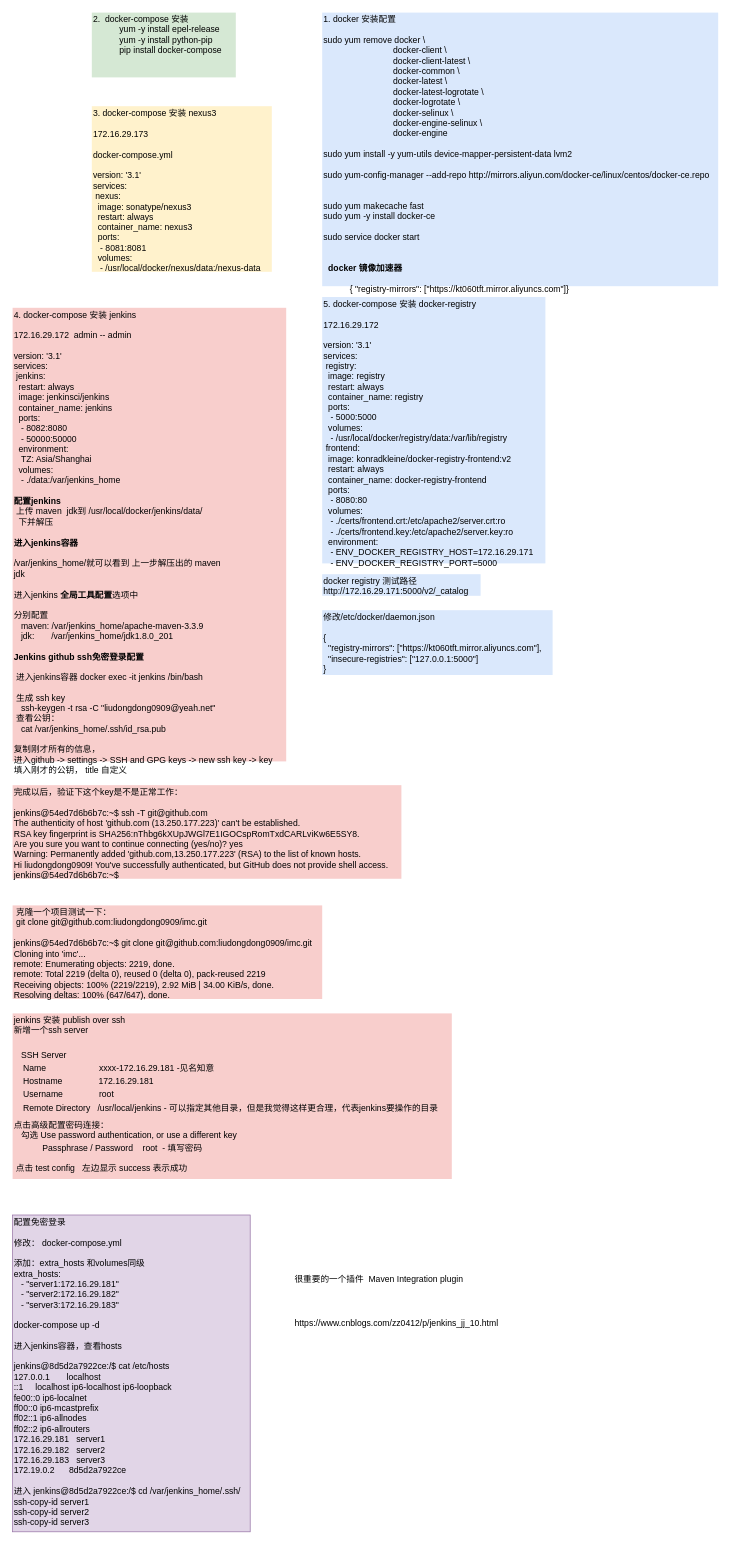
The draw.io diagram page "2" (2 of 3) of CI/CI/CDdrawio.drawio in liudongdong0909/draw, before the edit. Source tidied: cells renumbered, new cells numbered last; positions are measured from the earlier drawing's top-left corner, leaving out a move shared by most shapes. Both pictures are drawn from the tidied source at 72%, with x=0, y=0 at pixel (12, 12).
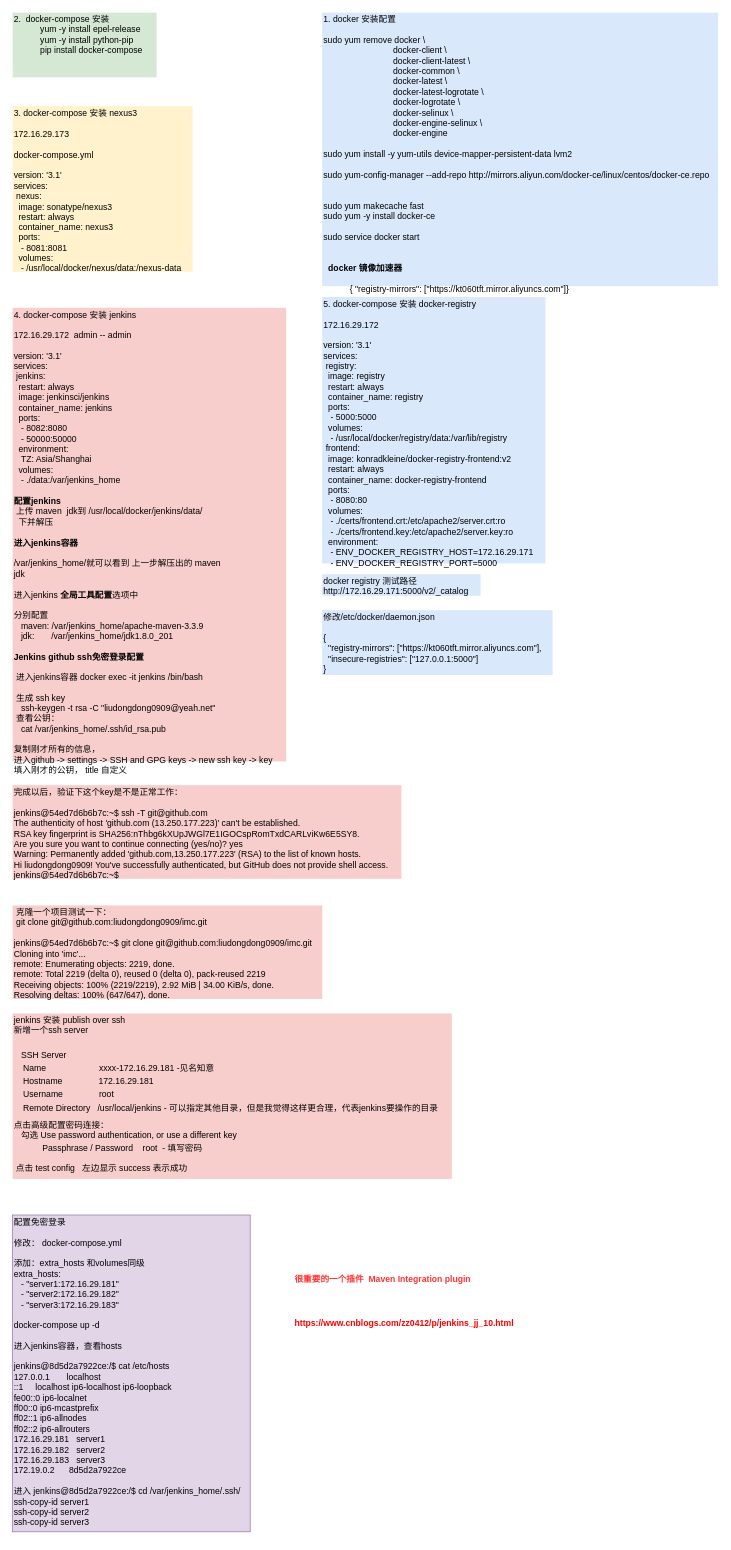
Above is the later version.

What changed in the source:
```diff
@@
 <mxGraphModel>
   <root>
     <mxCell id="0" />
     <mxCell id="1" parent="0" />
     <mxCell id="2" value="1. docker 安装配置&lt;br&gt;&lt;br&gt;&lt;span&gt;sudo yum remove docker \ &lt;br&gt;&amp;nbsp; &amp;nbsp; &amp;nbsp; &amp;nbsp; &amp;nbsp; &amp;nbsp; &amp;nbsp; &amp;nbsp; &amp;nbsp; &amp;nbsp; &amp;nbsp; &amp;nbsp; &amp;nbsp; &amp;nbsp; &amp;nbsp;docker-client \ &lt;br&gt;&amp;nbsp; &amp;nbsp; &amp;nbsp; &amp;nbsp; &amp;nbsp; &amp;nbsp; &amp;nbsp; &amp;nbsp; &amp;nbsp; &amp;nbsp; &amp;nbsp; &amp;nbsp; &amp;nbsp; &amp;nbsp; &amp;nbsp;docker-client-latest \ &lt;br&gt;&amp;nbsp; &amp;nbsp; &amp;nbsp; &amp;nbsp; &amp;nbsp; &amp;nbsp; &amp;nbsp; &amp;nbsp; &amp;nbsp; &amp;nbsp; &amp;nbsp; &amp;nbsp; &amp;nbsp; &amp;nbsp; &amp;nbsp;docker-common \ &lt;br&gt;&amp;nbsp; &amp;nbsp; &amp;nbsp; &amp;nbsp; &amp;nbsp; &amp;nbsp; &amp;nbsp; &amp;nbsp; &amp;nbsp; &amp;nbsp; &amp;nbsp; &amp;nbsp; &amp;nbsp; &amp;nbsp; &amp;nbsp;docker-latest \ &lt;br&gt;&amp;nbsp; &amp;nbsp; &amp;nbsp; &amp;nbsp; &amp;nbsp; &amp;nbsp; &amp;nbsp; &amp;nbsp; &amp;nbsp; &amp;nbsp; &amp;nbsp; &amp;nbsp; &amp;nbsp; &amp;nbsp; &amp;nbsp;docker-latest-logrotate \ &lt;br&gt;&amp;nbsp; &amp;nbsp; &amp;nbsp; &amp;nbsp; &amp;nbsp; &amp;nbsp; &amp;nbsp; &amp;nbsp; &amp;nbsp; &amp;nbsp; &amp;nbsp; &amp;nbsp; &amp;nbsp; &amp;nbsp; &amp;nbsp;docker-logrotate \ &lt;br&gt;&amp;nbsp; &amp;nbsp; &amp;nbsp; &amp;nbsp; &amp;nbsp; &amp;nbsp; &amp;nbsp; &amp;nbsp; &amp;nbsp; &amp;nbsp; &amp;nbsp; &amp;nbsp; &amp;nbsp; &amp;nbsp; &amp;nbsp;docker-selinux \ &lt;br&gt;&amp;nbsp; &amp;nbsp; &amp;nbsp; &amp;nbsp; &amp;nbsp; &amp;nbsp; &amp;nbsp; &amp;nbsp; &amp;nbsp; &amp;nbsp; &amp;nbsp; &amp;nbsp; &amp;nbsp; &amp;nbsp; &amp;nbsp;docker-engine-selinux \ &lt;br&gt;&amp;nbsp; &amp;nbsp; &amp;nbsp; &amp;nbsp; &amp;nbsp; &amp;nbsp; &amp;nbsp; &amp;nbsp; &amp;nbsp; &amp;nbsp; &amp;nbsp; &amp;nbsp; &amp;nbsp; &amp;nbsp; &amp;nbsp;docker-engine&lt;br&gt;&lt;br&gt;&lt;/span&gt;&lt;span&gt;sudo yum install -y yum-utils device-mapper-persistent-data lvm2&lt;br&gt;&lt;/span&gt;&lt;br&gt;&lt;div&gt;sudo yum-config-manager --add-repo http://mirrors.aliyun.com/docker-ce/linux/centos/docker-ce.repo&lt;/div&gt;&lt;div&gt;&lt;br&gt;&lt;/div&gt;&lt;div&gt;&lt;br&gt;&lt;/div&gt;&lt;div&gt;&lt;span&gt;sudo yum makecache fast&amp;nbsp;&lt;/span&gt;&lt;/div&gt;&lt;div&gt;&lt;span&gt;sudo yum -y install docker-ce&lt;/span&gt;&lt;br&gt;&lt;/div&gt;&lt;br&gt;&lt;span&gt;sudo service docker start&lt;/span&gt;&lt;br&gt;&lt;br&gt;&amp;nbsp; &amp;nbsp; &amp;nbsp; &amp;nbsp; &amp;nbsp; &lt;br&gt;&amp;nbsp; &lt;b&gt;docker 镜像加速器&lt;/b&gt;&lt;br&gt;&lt;br&gt;&amp;nbsp; &amp;nbsp; &amp;nbsp; &amp;nbsp; &amp;nbsp; &amp;nbsp;{ &quot;registry-mirrors&quot;: [&quot;https://kt060tft.mirror.aliyuncs.com&quot;]}&lt;br&gt;" style="text;html=1;align=left;verticalAlign=top;spacingTop=-4;fillColor=#dae8fc;strokeColor=none;" parent="1" vertex="1">
       <mxGeometry x="430" width="550" height="380" as="geometry" />
     </mxCell>
     <mxCell id="3" value="2.&amp;nbsp; docker-compose 安装&lt;br&gt;&amp;nbsp; &amp;nbsp; &amp;nbsp; &amp;nbsp; &amp;nbsp; &amp;nbsp;&lt;span&gt;yum -y install epel-release&lt;br&gt;&lt;/span&gt;&amp;nbsp; &amp;nbsp; &amp;nbsp; &amp;nbsp; &amp;nbsp; &amp;nbsp;&lt;span&gt;yum -y install python-pip&lt;br&gt;&lt;/span&gt;&amp;nbsp; &amp;nbsp; &amp;nbsp; &amp;nbsp; &amp;nbsp; &amp;nbsp;&lt;span&gt;pip install docker-compose&amp;nbsp;&lt;/span&gt;&lt;br&gt;&lt;br&gt;&lt;br&gt;" style="text;html=1;align=left;verticalAlign=top;spacingTop=-4;fillColor=#d5e8d4;strokeColor=none;" parent="1" vertex="1">
-      <mxGeometry x="110" width="200" height="90" as="geometry" />
+      <mxGeometry width="200" height="90" as="geometry" />
     </mxCell>
     <mxCell id="4" value="3. docker-compose 安装 nexus3&lt;br&gt;&lt;br&gt;172.16.29.173&lt;br&gt;&lt;br&gt;docker-compose.yml&lt;br&gt;&lt;br&gt;&lt;div&gt;version: '3.1'&lt;/div&gt;&lt;div&gt;services:&lt;/div&gt;&lt;div&gt;&amp;nbsp;nexus:&lt;/div&gt;&lt;div&gt;&amp;nbsp; image: sonatype/nexus3&lt;/div&gt;&lt;div&gt;&amp;nbsp; restart: always&lt;/div&gt;&lt;div&gt;&amp;nbsp; container_name: nexus3&lt;/div&gt;&lt;div&gt;&amp;nbsp; ports:&lt;/div&gt;&lt;div&gt;&amp;nbsp; &amp;nbsp;- 8081:8081&lt;/div&gt;&lt;div&gt;&amp;nbsp; volumes:&lt;/div&gt;&lt;div&gt;&amp;nbsp; &amp;nbsp;- /usr/local/docker/nexus/data:/nexus-data&lt;/div&gt;" style="text;html=1;align=left;verticalAlign=top;spacingTop=-4;fillColor=#fff2cc;strokeColor=none;" parent="1" vertex="1">
-      <mxGeometry x="110" y="130" width="250" height="230" as="geometry" />
+      <mxGeometry y="130" width="250" height="230" as="geometry" />
     </mxCell>
     <mxCell id="5" value="4. docker-compose 安装 jenkins&lt;br&gt;&lt;br&gt;172.16.29.172&amp;nbsp; admin -- admin&lt;br&gt;&lt;br&gt;&lt;div&gt;version: '3.1'&lt;/div&gt;&lt;div&gt;services:&lt;/div&gt;&lt;div&gt;&amp;nbsp;jenkins:&lt;/div&gt;&lt;div&gt;&amp;nbsp; restart: always&lt;/div&gt;&lt;div&gt;&amp;nbsp; image: jenkinsci/jenkins&lt;/div&gt;&lt;div&gt;&amp;nbsp; container_name: jenkins&lt;/div&gt;&lt;div&gt;&amp;nbsp; ports:&lt;/div&gt;&lt;div&gt;&amp;nbsp; &amp;nbsp;- 8082:8080&lt;/div&gt;&lt;div&gt;&amp;nbsp; &amp;nbsp;- 50000:50000&lt;/div&gt;&lt;div&gt;&amp;nbsp; environment:&lt;/div&gt;&lt;div&gt;&amp;nbsp; &amp;nbsp;TZ: Asia/Shanghai&lt;/div&gt;&lt;div&gt;&amp;nbsp; volumes:&lt;/div&gt;&lt;div&gt;&amp;nbsp; &amp;nbsp;- ./data:/var/jenkins_home&lt;/div&gt;&lt;div&gt;&lt;br&gt;&lt;/div&gt;&lt;div&gt;&lt;b&gt;配置jenkins&lt;/b&gt;&lt;/div&gt;&lt;div&gt;&amp;nbsp;上传 maven&amp;nbsp; jdk到 /usr/local/docker/jenkins/data/&lt;/div&gt;&lt;div&gt;&amp;nbsp; 下并解压&lt;/div&gt;&lt;div&gt;&lt;br&gt;&lt;/div&gt;&lt;div&gt;&lt;b&gt;进入jenkins容器&lt;/b&gt;&lt;/div&gt;&lt;div&gt;&lt;br&gt;&lt;/div&gt;&lt;div&gt;/var/jenkins_home/就可以看到 上一步解压出的 maven&lt;/div&gt;&lt;div&gt;jdk&amp;nbsp;&lt;/div&gt;&lt;div&gt;&lt;br&gt;&lt;/div&gt;&lt;div&gt;进入jenkins &lt;b&gt;全局工具配置&lt;/b&gt;选项中&lt;/div&gt;&lt;div&gt;&lt;br&gt;&lt;/div&gt;&lt;div&gt;分别配置&amp;nbsp;&lt;/div&gt;&lt;div&gt;&amp;nbsp; &amp;nbsp;maven:&amp;nbsp;/var/jenkins_home/apache-maven-3.3.9&lt;/div&gt;&lt;div&gt;&amp;nbsp; &amp;nbsp;jdk:&amp;nbsp; &amp;nbsp; &amp;nbsp; &amp;nbsp;/var/jenkins_home/jdk1.8.0_201&lt;/div&gt;&lt;div&gt;&lt;br&gt;&lt;/div&gt;&lt;div&gt;&lt;b&gt;Jenkins github ssh免密登录配置&lt;/b&gt;&lt;/div&gt;&lt;div&gt;&lt;b&gt;&lt;br&gt;&lt;/b&gt;&lt;/div&gt;&lt;div&gt;&lt;b&gt;&amp;nbsp;&lt;/b&gt;进入jenkins容器&lt;b&gt;&amp;nbsp;&lt;/b&gt;&lt;span&gt;docker exec -it jenkins /bin/bash&lt;/span&gt;&lt;/div&gt;&lt;div&gt;&lt;span&gt;&lt;br&gt;&lt;/span&gt;&lt;/div&gt;&lt;div&gt;&amp;nbsp;生成 ssh key&lt;/div&gt;&lt;div&gt;&amp;nbsp; &amp;nbsp;&lt;span&gt;ssh-keygen -t rsa -C &quot;liudongdong0909@yeah.net&quot;&lt;/span&gt;&lt;/div&gt;&lt;div&gt;&lt;span&gt;&amp;nbsp;查看公钥：&lt;/span&gt;&lt;/div&gt;&lt;div&gt;&lt;span&gt;&amp;nbsp; &amp;nbsp;&lt;/span&gt;&lt;span&gt;cat /var/jenkins_home/.ssh/id_rsa.pub&lt;/span&gt;&lt;/div&gt;&lt;div&gt;&lt;span&gt;&lt;br&gt;&lt;/span&gt;&lt;/div&gt;&lt;div&gt;复制刚才所有的信息，&amp;nbsp;&lt;/div&gt;&lt;div&gt;进入github -&amp;gt; settings -&amp;gt; SSH and GPG keys -&amp;gt; new ssh key -&amp;gt; key&amp;nbsp;&lt;/div&gt;&lt;div&gt;填入刚才的公钥， title 自定义&lt;span&gt;&amp;nbsp;&lt;/span&gt;&lt;/div&gt;" style="text;html=1;align=left;verticalAlign=top;spacingTop=-4;fillColor=#f8cecc;strokeColor=none;" parent="1" vertex="1">
       <mxGeometry y="410" width="380" height="630" as="geometry" />
     </mxCell>
     <mxCell id="6" value="5. docker-compose 安装 docker-registry&lt;br&gt;&lt;br&gt;172.16.29.172&lt;br&gt;&lt;br&gt;&lt;div&gt;version: '3.1'&lt;/div&gt;&lt;div&gt;services:&lt;/div&gt;&lt;div&gt;&amp;nbsp;registry:&lt;/div&gt;&lt;div&gt;&amp;nbsp; image: registry&lt;/div&gt;&lt;div&gt;&amp;nbsp; restart: always&lt;/div&gt;&lt;div&gt;&amp;nbsp; container_name: registry&lt;/div&gt;&lt;div&gt;&amp;nbsp; ports:&lt;/div&gt;&lt;div&gt;&amp;nbsp; &amp;nbsp;- 5000:5000&lt;/div&gt;&lt;div&gt;&amp;nbsp; volumes:&lt;/div&gt;&lt;div&gt;&amp;nbsp; &amp;nbsp;- /usr/local/docker/registry/data:/var/lib/registry&lt;/div&gt;&lt;div&gt;&amp;nbsp;frontend:&lt;/div&gt;&lt;div&gt;&amp;nbsp; image: konradkleine/docker-registry-frontend:v2&lt;/div&gt;&lt;div&gt;&amp;nbsp; restart: always&lt;/div&gt;&lt;div&gt;&amp;nbsp; container_name: docker-registry-frontend&lt;/div&gt;&lt;div&gt;&amp;nbsp; ports:&lt;/div&gt;&lt;div&gt;&amp;nbsp; &amp;nbsp;- 8080:80&lt;/div&gt;&lt;div&gt;&amp;nbsp; volumes:&lt;/div&gt;&lt;div&gt;&amp;nbsp; &amp;nbsp;- ./certs/frontend.crt:/etc/apache2/server.crt:ro&lt;/div&gt;&lt;div&gt;&amp;nbsp; &amp;nbsp;- ./certs/frontend.key:/etc/apache2/server.key:ro&lt;/div&gt;&lt;div&gt;&amp;nbsp; environment:&lt;/div&gt;&lt;div&gt;&amp;nbsp; &amp;nbsp;- ENV_DOCKER_REGISTRY_HOST=172.16.29.171&lt;/div&gt;&lt;div&gt;&amp;nbsp; &amp;nbsp;- ENV_DOCKER_REGISTRY_PORT=5000&lt;/div&gt;" style="text;html=1;align=left;verticalAlign=top;spacingTop=-4;fillColor=#dae8fc;strokeColor=none;" parent="1" vertex="1">
       <mxGeometry x="430" y="395" width="310" height="370" as="geometry" />
     </mxCell>
     <mxCell id="7" value="docker registry 测试路径&lt;br&gt;http://172.16.29.171:5000/v2/_catalog&lt;br&gt;" style="text;html=1;align=left;verticalAlign=top;spacingTop=-4;fillColor=#dae8fc;strokeColor=none;" parent="1" vertex="1">
       <mxGeometry x="430" y="780" width="220" height="30" as="geometry" />
     </mxCell>
     <mxCell id="8" value="修改/etc/docker/daemon.json&lt;br&gt;&lt;br&gt;&lt;div&gt;{&lt;/div&gt;&lt;div&gt;&amp;nbsp; &quot;registry-mirrors&quot;: [&quot;https://kt060tft.mirror.aliyuncs.com&quot;],&lt;/div&gt;&lt;div&gt;&amp;nbsp; &quot;insecure-registries&quot;: [&quot;127.0.0.1:5000&quot;]&lt;/div&gt;&lt;div&gt;}&lt;/div&gt;" style="text;html=1;align=left;verticalAlign=top;spacingTop=-4;fillColor=#dae8fc;strokeColor=none;" parent="1" vertex="1">
       <mxGeometry x="430" y="830" width="320" height="90" as="geometry" />
     </mxCell>
     <mxCell id="9" value="&lt;div&gt;&amp;nbsp;克隆一个项目测试一下：&lt;/div&gt;&amp;nbsp;git clone git@github.com:liudongdong0909/imc.git&lt;br&gt;&lt;br&gt;&lt;div&gt;&lt;div&gt;jenkins@54ed7d6b6b7c:~$ git clone git@github.com:liudongdong0909/imc.git&lt;/div&gt;&lt;div&gt;Cloning into 'imc'...&lt;/div&gt;&lt;div&gt;remote: Enumerating objects: 2219, done.&lt;/div&gt;&lt;div&gt;remote: Total 2219 (delta 0), reused 0 (delta 0), pack-reused 2219&lt;/div&gt;&lt;div&gt;Receiving objects: 100% (2219/2219), 2.92 MiB | 34.00 KiB/s, done.&lt;/div&gt;&lt;div&gt;Resolving deltas: 100% (647/647), done.&lt;/div&gt;&lt;/div&gt;" style="text;html=1;align=left;verticalAlign=top;spacingTop=-4;fillColor=#f8cecc;strokeColor=none;" parent="1" vertex="1">
       <mxGeometry y="1240" width="430" height="130" as="geometry" />
     </mxCell>
     <mxCell id="10" value="&lt;div&gt;完成以后，验证下这个key是不是正常工作：&lt;br&gt;&lt;/div&gt;&lt;div&gt;&lt;br&gt;&lt;/div&gt;&lt;div&gt;&lt;div&gt;jenkins@54ed7d6b6b7c:~$ ssh -T git@github.com&lt;/div&gt;&lt;div&gt;The authenticity of host 'github.com (13.250.177.223)' can't be established.&lt;/div&gt;&lt;div&gt;RSA key fingerprint is SHA256:nThbg6kXUpJWGl7E1IGOCspRomTxdCARLviKw6E5SY8.&lt;/div&gt;&lt;div&gt;Are you sure you want to continue connecting (yes/no)? yes&lt;/div&gt;&lt;div&gt;Warning: Permanently added 'github.com,13.250.177.223' (RSA) to the list of known hosts.&lt;/div&gt;&lt;div&gt;Hi liudongdong0909! You've successfully authenticated, but GitHub does not provide shell access.&lt;/div&gt;&lt;div&gt;jenkins@54ed7d6b6b7c:~$&amp;nbsp;&lt;/div&gt;&lt;/div&gt;" style="text;html=1;align=left;verticalAlign=top;spacingTop=-4;fillColor=#f8cecc;strokeColor=none;" parent="1" vertex="1">
       <mxGeometry y="1073" width="540" height="130" as="geometry" />
     </mxCell>
     <mxCell id="11" value="jenkins 安装 publish over ssh&lt;br&gt;新增一个ssh server&lt;br&gt;&lt;br&gt;&lt;table&gt;&lt;tbody&gt;&lt;tr&gt;&lt;td&gt;&lt;div id=&quot;yui-gen31&quot;&gt;&lt;table&gt;&lt;tbody&gt;&lt;tr&gt;&lt;td&gt;&lt;br&gt;&lt;/td&gt;&lt;td&gt;&lt;div&gt;&lt;div id=&quot;yui-gen31&quot;&gt;&lt;div id=&quot;yui-gen32&quot;&gt;SSH Server&lt;/div&gt;&lt;table&gt;&lt;tbody&gt;&lt;tr&gt;&lt;td&gt;Name&amp;nbsp; &amp;nbsp; &amp;nbsp; &amp;nbsp; &amp;nbsp; &amp;nbsp; &amp;nbsp; &amp;nbsp; &amp;nbsp; &amp;nbsp; &amp;nbsp; xxxx-172.16.29.181 -见名知意&lt;/td&gt;&lt;/tr&gt;&lt;tr&gt;&lt;td&gt;Hostname&amp;nbsp; &amp;nbsp; &amp;nbsp; &amp;nbsp; &amp;nbsp; &amp;nbsp; &amp;nbsp; &amp;nbsp;172.16.29.181&lt;/td&gt;&lt;/tr&gt;&lt;tr&gt;&lt;td&gt;Username&amp;nbsp; &amp;nbsp; &amp;nbsp; &amp;nbsp; &amp;nbsp; &amp;nbsp; &amp;nbsp; &amp;nbsp;root&lt;/td&gt;&lt;/tr&gt;&lt;tr&gt;&lt;td&gt;Remote Directory&amp;nbsp; &amp;nbsp;/usr/local/jenkins - 可以指定其他目录，但是我觉得这样更合理，代表jenkins要操作的目录&lt;/td&gt;&lt;/tr&gt;&lt;/tbody&gt;&lt;/table&gt;&lt;/div&gt;&lt;/div&gt;&lt;/td&gt;&lt;/tr&gt;&lt;/tbody&gt;&lt;/table&gt;&lt;/div&gt;&lt;/td&gt;&lt;/tr&gt;&lt;/tbody&gt;&lt;/table&gt;点击高级配置密码连接：&lt;br&gt;&amp;nbsp; &amp;nbsp;勾选&amp;nbsp;&lt;span&gt;Use password authentication, or use a different key&lt;/span&gt;&lt;br&gt;&lt;table&gt;&lt;tbody&gt;&lt;tr&gt;&lt;td&gt;&amp;nbsp; &amp;nbsp; &amp;nbsp; &amp;nbsp; &amp;nbsp; &amp;nbsp;Passphrase / Password&amp;nbsp; &amp;nbsp; root&amp;nbsp; - 填写密码&lt;br&gt;&lt;br&gt;点击 test config&amp;nbsp; &amp;nbsp;左边显示 success 表示成功&lt;/td&gt;&lt;/tr&gt;&lt;/tbody&gt;&lt;/table&gt;&lt;br&gt;" style="text;html=1;align=left;verticalAlign=top;spacingTop=-4;fillColor=#f8cecc;strokeColor=none;" parent="1" vertex="1">
       <mxGeometry y="1390" width="610" height="230" as="geometry" />
     </mxCell>
     <mxCell id="12" value="配置免密登录&lt;br&gt;&lt;br&gt;修改： docker-compose.yml&lt;br&gt;&lt;br&gt;&lt;div&gt;添加：extra_hosts 和volumes同级&lt;/div&gt;&lt;div&gt;extra_hosts:&lt;/div&gt;&lt;div&gt;&amp;nbsp; &amp;nbsp;- &quot;server1:172.16.29.181&quot;&lt;/div&gt;&lt;div&gt;&amp;nbsp; &amp;nbsp;- &quot;server2:172.16.29.182&quot;&lt;/div&gt;&lt;div&gt;&amp;nbsp; &amp;nbsp;- &quot;server3:172.16.29.183&quot;&lt;/div&gt;&lt;br&gt;docker-compose up -d&lt;br&gt;&lt;br&gt;进入jenkins容器，查看hosts&lt;br&gt;&lt;br&gt;&lt;div&gt;jenkins@8d5d2a7922ce:/$ cat /etc/hosts&lt;/div&gt;&lt;div&gt;127.0.0.1&amp;nbsp; &amp;nbsp; &amp;nbsp; &amp;nbsp;localhost&lt;/div&gt;&lt;div&gt;::1&amp;nbsp; &amp;nbsp; &amp;nbsp;localhost ip6-localhost ip6-loopback&lt;/div&gt;&lt;div&gt;fe00::0 ip6-localnet&lt;/div&gt;&lt;div&gt;ff00::0 ip6-mcastprefix&lt;/div&gt;&lt;div&gt;ff02::1 ip6-allnodes&lt;/div&gt;&lt;div&gt;ff02::2 ip6-allrouters&lt;/div&gt;&lt;div&gt;172.16.29.181&amp;nbsp; &amp;nbsp;server1&lt;/div&gt;&lt;div&gt;172.16.29.182&amp;nbsp; &amp;nbsp;server2&lt;/div&gt;&lt;div&gt;172.16.29.183&amp;nbsp; &amp;nbsp;server3&lt;/div&gt;&lt;div&gt;172.19.0.2&amp;nbsp; &amp;nbsp; &amp;nbsp; 8d5d2a7922ce&lt;/div&gt;&lt;br&gt;进入&amp;nbsp;jenkins@8d5d2a7922ce:/$ cd /var/jenkins_home/.ssh/&lt;br&gt;&lt;span&gt;ssh-copy-id server1&lt;br&gt;&lt;/span&gt;&lt;span&gt;ssh-copy-id server2&lt;br&gt;&lt;/span&gt;&lt;span&gt;ssh-copy-id server3&lt;/span&gt;&lt;br&gt;&lt;br&gt;" style="text;html=1;align=left;verticalAlign=top;spacingTop=-4;fillColor=#e1d5e7;strokeColor=#9673a6;" parent="1" vertex="1">
       <mxGeometry y="1670" width="330" height="440" as="geometry" />
     </mxCell>
-    <mxCell id="13" value="https://www.cnblogs.com/zz0412/p/jenkins_jj_10.html" style="text;html=1;align=left;verticalAlign=top;spacingTop=-4;" parent="1" vertex="1">
-      <mxGeometry x="390" y="1810" width="300" height="20" as="geometry" />
+    <mxCell id="13" value="&lt;b&gt;&lt;font color=&quot;#ff0000&quot;&gt;https://www.cnblogs.com/zz0412/p/jenkins_jj_10.html&lt;/font&gt;&lt;/b&gt;" style="text;html=1;align=left;verticalAlign=top;spacingTop=-4;" parent="1" vertex="1">
+      <mxGeometry x="390" y="1810" width="320" height="20" as="geometry" />
     </mxCell>
-    <mxCell id="14" value="很重要的一个插件&amp;nbsp;&amp;nbsp;&lt;span&gt;Maven Integration plugin&lt;/span&gt;&lt;br&gt;" style="text;html=1;align=left;verticalAlign=top;spacingTop=-4;" parent="1" vertex="1">
-      <mxGeometry x="390" y="1750" width="250" height="20" as="geometry" />
+    <mxCell id="14" value="&lt;b&gt;&lt;font color=&quot;#ff3333&quot;&gt;很重要的一个插件&amp;nbsp;&amp;nbsp;&lt;span&gt;Maven Integration plugin&lt;/span&gt;&lt;/font&gt;&lt;/b&gt;&lt;br&gt;" style="text;html=1;align=left;verticalAlign=top;spacingTop=-4;" parent="1" vertex="1">
+      <mxGeometry x="390" y="1750" width="260" height="20" as="geometry" />
     </mxCell>
   </root>
 </mxGraphModel>
```
